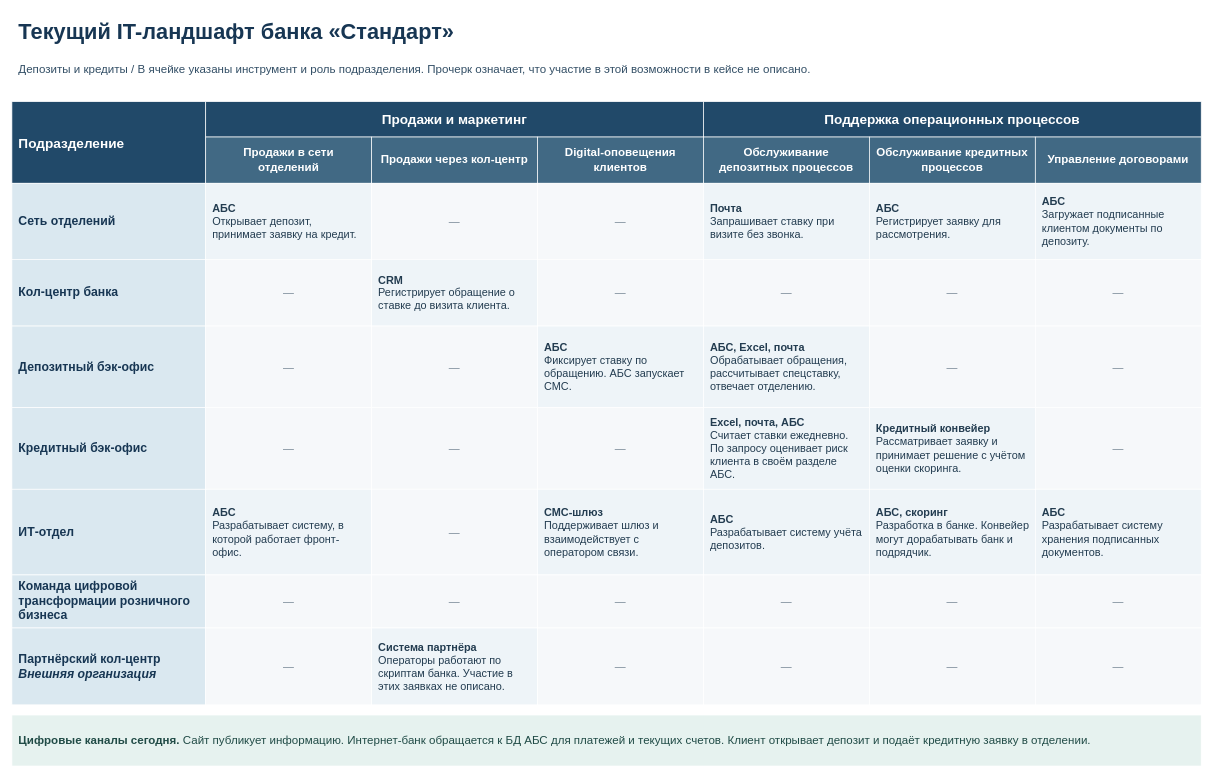
This is Task1/it-landscape.drawio from avitamin/architecture-pro-standart, a draw.io file, before an edit. Source tidied: cells renumbered, new cells numbered last; positions are measured from the earlier drawing's top-left corner, leaving out a move shared by most shapes. Both pictures are drawn from the tidied source at 68%, with x=0, y=0 at pixel (12, 12).
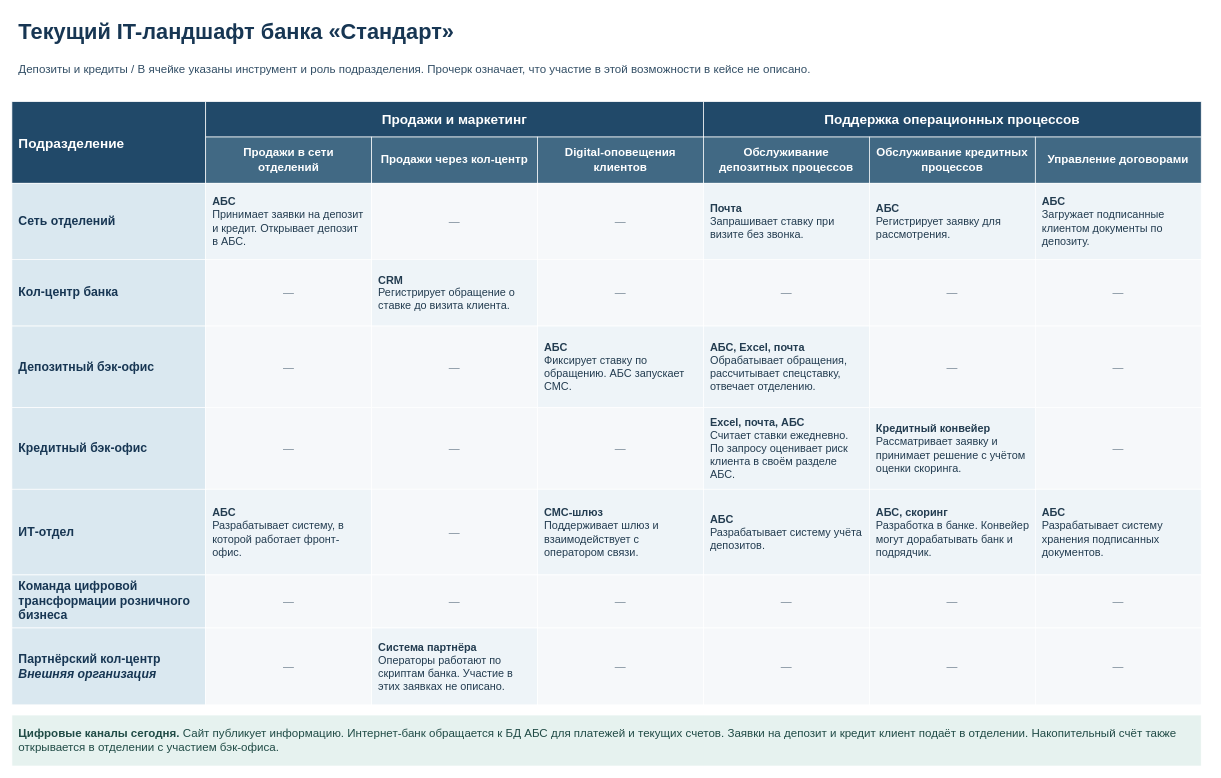
The same diagram, later.

What changed in the source:
```diff
@@
-    <mxCell id="14" value="&lt;b&gt;АБС&lt;/b&gt;&lt;br&gt;Открывает депозит, принимает заявку на кредит." style="rounded=0;html=1;whiteSpace=wrap;fillColor=#eef4f8;strokeColor=#ffffff;fontFamily=Arial;fontSize=16;fontColor=#233c50;fontStyle=0;align=left;verticalAlign=middle;spacing=10;" parent="1" vertex="1">
+    <mxCell id="14" value="&lt;b&gt;АБС&lt;/b&gt;&lt;br&gt;Принимает заявки на депозит и кредит. Открывает депозит в АБС." style="rounded=0;html=1;whiteSpace=wrap;fillColor=#eef4f8;strokeColor=#ffffff;fontFamily=Arial;fontSize=16;fontColor=#233c50;fontStyle=0;align=left;verticalAlign=middle;spacing=10;" parent="1" vertex="1">
       <mxGeometry x="285" y="252" width="244" height="112" as="geometry" />
     </mxCell>
@@
-    <mxCell id="62" value="&lt;b&gt;Цифровые каналы сегодня.&lt;/b&gt; Сайт публикует информацию. Интернет-банк обращается к БД АБС для платежей и текущих счетов. Клиент открывает депозит и подаёт кредитную заявку в отделении." style="rounded=0;html=1;whiteSpace=wrap;fillColor=#e6f2ef;strokeColor=#ffffff;fontFamily=Arial;fontSize=17;fontColor=#204b46;fontStyle=0;align=left;verticalAlign=middle;spacing=10;" parent="1" vertex="1">
+    <mxCell id="62" value="&lt;b&gt;Цифровые каналы сегодня.&lt;/b&gt; Сайт публикует информацию. Интернет-банк обращается к БД АБС для платежей и текущих счетов. Заявки на депозит и кредит клиент подаёт в отделении. Накопительный счёт также открывается в отделении с участием бэк-офиса." style="rounded=0;html=1;whiteSpace=wrap;fillColor=#e6f2ef;strokeColor=#ffffff;fontFamily=Arial;fontSize=17;fontColor=#204b46;fontStyle=0;align=left;verticalAlign=middle;spacing=10;" parent="1" vertex="1">
       <mxGeometry y="1034" width="1749" height="75" as="geometry" />
     </mxCell>
```
